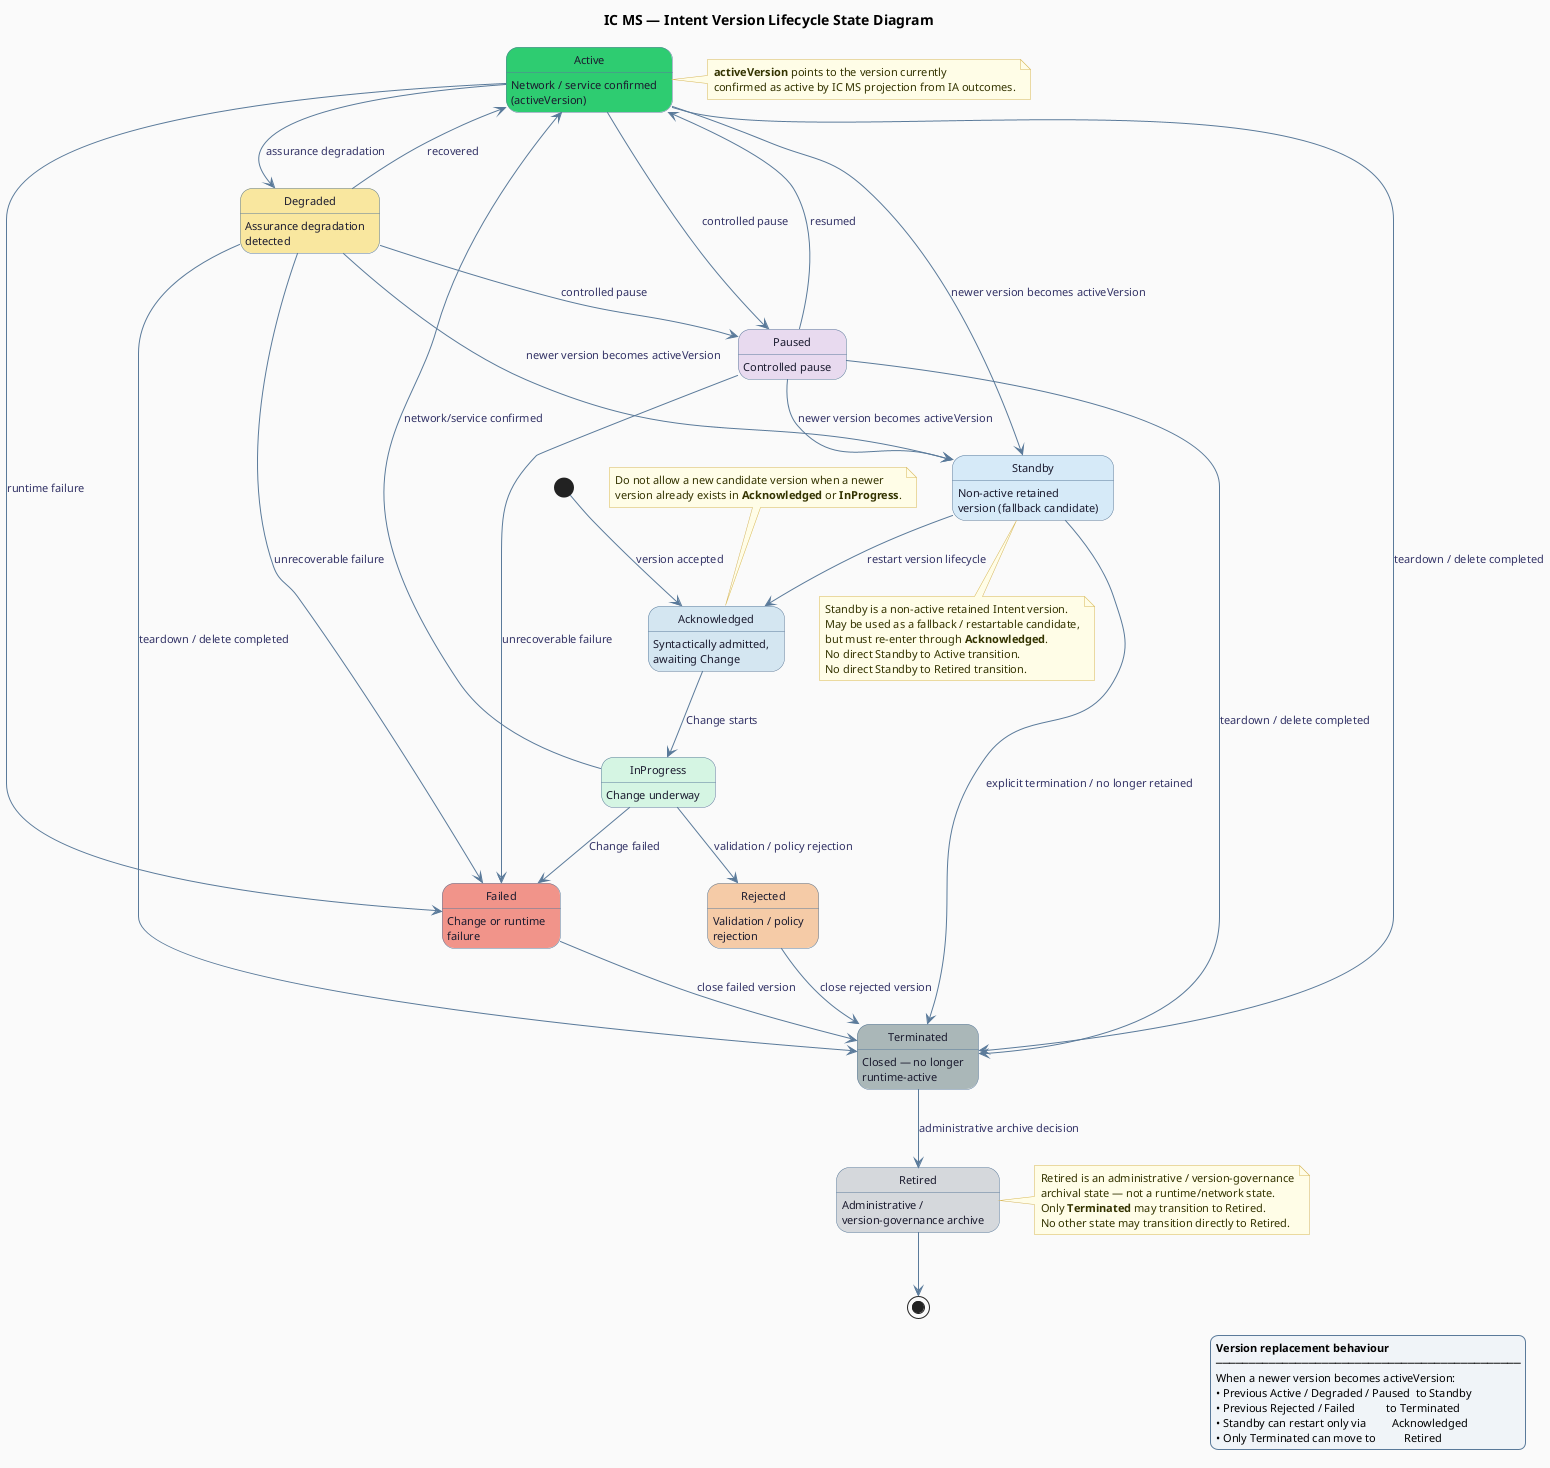
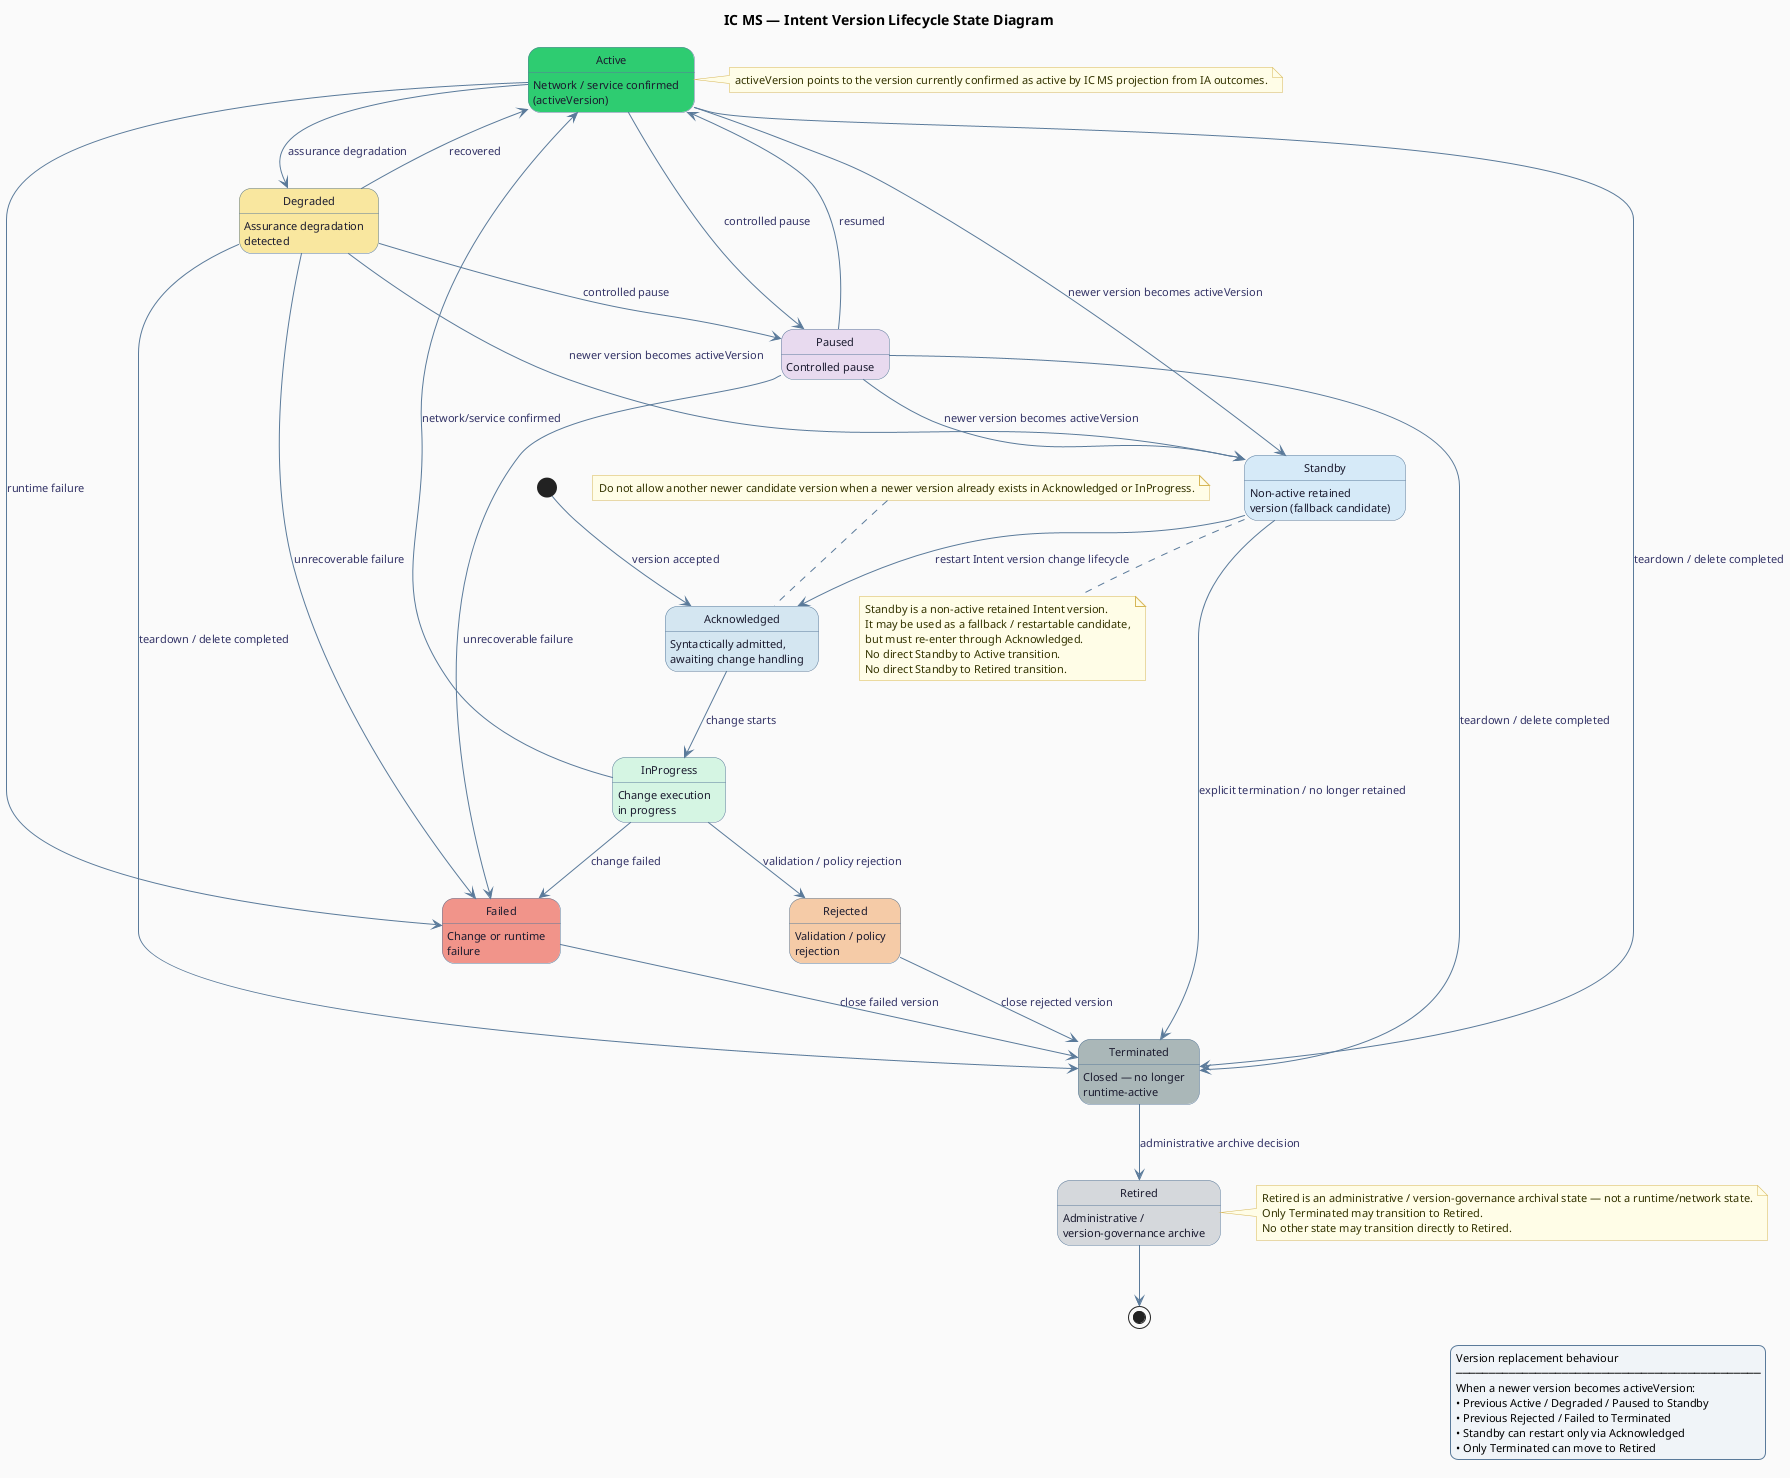
@startuml
' IC MS Intent Version Lifecycle State Diagram

hide empty description
+ 
skinparam shadowing false
skinparam backgroundColor #FAFAFA
- 
skinparam state {
  BackgroundColor #FFFFFF
  BorderColor #5a7a9a
  FontSize 12
  FontColor #1a1a2e
  ArrowColor #5a7a9a
  ArrowFontSize 11
  ArrowFontColor #333366
  AttributeFontSize 11
}
- 
skinparam note {
  BackgroundColor #fffde7
  BorderColor #d6b656
  FontSize 11
  FontColor #333300
}
- 
skinparam legend {
  BackgroundColor #f0f4f8
  BorderColor #5a7a9a
  FontSize 11
}

- title <b>IC MS — Intent Version Lifecycle State Diagram</b>
+ title IC MS — Intent Version Lifecycle State Diagram

' ── Entry ──────────────────────────────────────────────────────────────────
[*] --> Acknowledged : version accepted

' ── States ────────────────────────────────────────────────────────────────
- state Acknowledged #d4e6f1 : Syntactically admitted,\nawaiting Change
- 
- state InProgress #d5f5e3 : Change underway
- 
+ state Acknowledged #d4e6f1 : Syntactically admitted,\nawaiting change handling
+ state InProgress #d5f5e3 : Change execution\nin progress
state Active #2ecc71 : Network / service confirmed\n(activeVersion)
- 
state Degraded #f9e79f : Assurance degradation\ndetected
- 
state Paused #e8daef : Controlled pause
- 
state Standby #d6eaf8 : Non-active retained\nversion (fallback candidate)
- 
state Rejected #f5cba7 : Validation / policy\nrejection
- 
state Failed #f1948a : Change or runtime\nfailure
- 
state Terminated #aab7b8 : Closed — no longer\nruntime-active
- 
state Retired #d5d8dc : Administrative /\nversion-governance archive

' ── Transitions ───────────────────────────────────────────────────────────
- Acknowledged --> InProgress : Change starts
+ Acknowledged --> InProgress : change starts
+ InProgress --> Active : network/service confirmed
+ InProgress --> Failed : change failed
+ InProgress --> Rejected : validation / policy rejection

- InProgress --> Active     : network/service confirmed
- InProgress --> Failed     : Change failed
- InProgress --> Rejected   : validation / policy rejection
+ Active --> Degraded : assurance degradation
+ Active --> Paused : controlled pause
+ Active --> Failed : runtime failure
+ Active --> Terminated : teardown / delete completed
+ Active --> Standby : newer version becomes activeVersion

- Active --> Degraded   : assurance degradation
- Active --> Paused     : controlled pause
- Active --> Failed     : runtime failure
- Active --> Terminated : teardown / delete completed
- Active --> Standby    : newer version becomes activeVersion
+ Degraded --> Active : recovered
+ Degraded --> Paused : controlled pause
+ Degraded --> Failed : unrecoverable failure
+ Degraded --> Terminated : teardown / delete completed
+ Degraded --> Standby : newer version becomes activeVersion

- Degraded --> Active     : recovered
- Degraded --> Paused     : controlled pause
- Degraded --> Failed     : unrecoverable failure
- Degraded --> Terminated : teardown / delete completed
- Degraded --> Standby    : newer version becomes activeVersion
+ Paused --> Active : resumed
+ Paused --> Failed : unrecoverable failure
+ Paused --> Terminated : teardown / delete completed
+ Paused --> Standby : newer version becomes activeVersion

- Paused --> Active     : resumed
- Paused --> Failed     : unrecoverable failure
- Paused --> Terminated : teardown / delete completed
- Paused --> Standby    : newer version becomes activeVersion
+ Rejected --> Terminated : close rejected version
+ Failed --> Terminated : close failed version

- Rejected  --> Terminated : close rejected version
- Failed    --> Terminated : close failed version
- 
- Standby --> Acknowledged : restart version lifecycle
- Standby --> Terminated   : explicit termination / no longer retained
+ Standby --> Acknowledged : restart Intent version change lifecycle
+ Standby --> Terminated : explicit termination / no longer retained

Terminated --> Retired : administrative archive decision
- Retired    --> [*]
+ Retired --> [*]

' ── Notes ─────────────────────────────────────────────────────────────────
note top of Acknowledged
-   Do not allow a new candidate version when a newer
-   version already exists in <b>Acknowledged</b> or <b>InProgress</b>.
+ Do not allow another newer candidate version when a newer version already exists in Acknowledged or InProgress.
end note

note right of Active
-   <b>activeVersion</b> points to the version currently
-   confirmed as active by IC MS projection from IA outcomes.
+ activeVersion points to the version currently confirmed as active by IC MS projection from IA outcomes.
end note

note bottom of Standby
-   Standby is a non-active retained Intent version.
-   May be used as a fallback / restartable candidate,
-   but must re-enter through <b>Acknowledged</b>.
-   No direct Standby to Active transition.
-   No direct Standby to Retired transition.
+ Standby is a non-active retained Intent version.
+ It may be used as a fallback / restartable candidate,
+ but must re-enter through Acknowledged.
+ No direct Standby to Active transition.
+ No direct Standby to Retired transition.
end note

note right of Retired
-   Retired is an administrative / version-governance
-   archival state — not a runtime/network state.
-   Only <b>Terminated</b> may transition to Retired.
-   No other state may transition directly to Retired.
+ Retired is an administrative / version-governance archival state — not a runtime/network state.
+ Only Terminated may transition to Retired.
+ No other state may transition directly to Retired.
end note

legend right
-   <b>Version replacement behaviour</b>
-   ──────────────────────────────────────────────
-   When a newer version becomes activeVersion:
-   • Previous Active / Degraded / Paused  to Standby
-   • Previous Rejected / Failed           to Terminated
-   • Standby can restart only via         Acknowledged
-   • Only Terminated can move to          Retired
+ Version replacement behaviour
+ ──────────────────────────────────────────────
+ When a newer version becomes activeVersion:
+ • Previous Active / Degraded / Paused to Standby
+ • Previous Rejected / Failed to Terminated
+ • Standby can restart only via Acknowledged
+ • Only Terminated can move to Retired
endlegend

- @enduml+ @enduml
